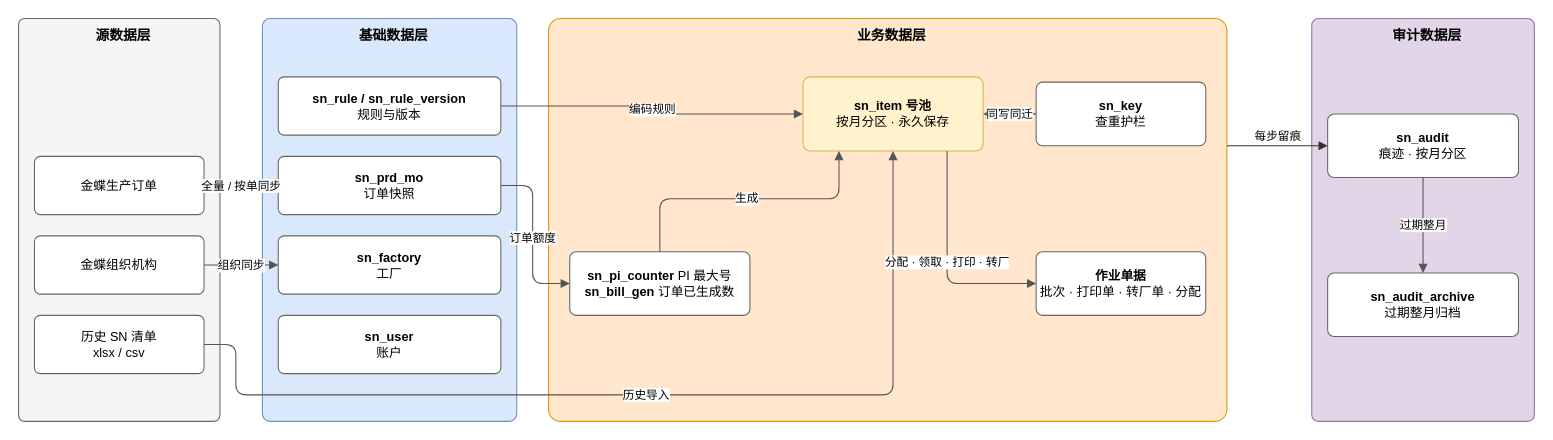
Createsnow/sn-center keeps this draw.io diagram as docs/images/系统技术方案/fig2-3-data-layer.drawio. Above is the earlier version. Source tidied: cells renumbered, new cells numbered last; positions are measured from the earlier drawing's top-left corner, leaving out a move shared by most shapes. Both pictures are drawn from the tidied source at 106%, with x=0, y=0 at pixel (18, 18).
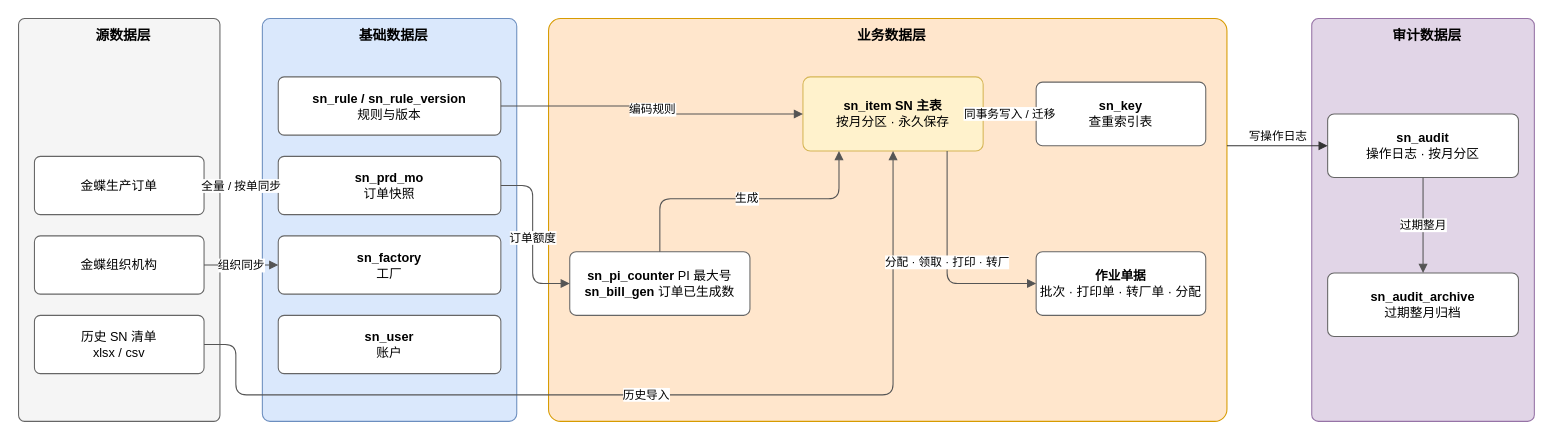
The same page after the edit.

What changed in the source:
```diff
@@
-    <mxCell id="13" value="&lt;b&gt;sn_item 号池&lt;/b&gt;&lt;br&gt;按月分区 · 永久保存" style="rounded=1;arcSize=10;whiteSpace=wrap;html=1;fillColor=#fff2cc;strokeColor=#d6b656;fontSize=12;fontFamily=Microsoft YaHei,PingFang SC,Helvetica,Arial,WenQuanYi Zen Hei,sans-serif;" parent="1" vertex="1">
+    <mxCell id="13" value="&lt;b&gt;sn_item SN 主表&lt;/b&gt;&lt;br&gt;按月分区 · 永久保存" style="rounded=1;arcSize=10;whiteSpace=wrap;html=1;fillColor=#fff2cc;strokeColor=#d6b656;fontSize=12;fontFamily=Microsoft YaHei,PingFang SC,Helvetica,Arial,WenQuanYi Zen Hei,sans-serif;" parent="1" vertex="1">
       <mxGeometry x="740" y="55" width="170" height="70" as="geometry" />
     </mxCell>
-    <mxCell id="14" value="&lt;b&gt;sn_key&lt;/b&gt;&lt;br&gt;查重护栏" style="rounded=1;arcSize=10;whiteSpace=wrap;html=1;fillColor=#ffffff;strokeColor=#666666;fontSize=12;fontFamily=Microsoft YaHei,PingFang SC,Helvetica,Arial,WenQuanYi Zen Hei,sans-serif;" parent="1" vertex="1">
+    <mxCell id="14" value="&lt;b&gt;sn_key&lt;/b&gt;&lt;br&gt;查重索引表" style="rounded=1;arcSize=10;whiteSpace=wrap;html=1;fillColor=#ffffff;strokeColor=#666666;fontSize=12;fontFamily=Microsoft YaHei,PingFang SC,Helvetica,Arial,WenQuanYi Zen Hei,sans-serif;" parent="1" vertex="1">
       <mxGeometry x="960" y="60" width="160" height="60" as="geometry" />
     </mxCell>
@@
-    <mxCell id="17" value="&lt;b&gt;sn_audit&lt;/b&gt;&lt;br&gt;痕迹 · 按月分区" style="rounded=1;arcSize=10;whiteSpace=wrap;html=1;fillColor=#ffffff;strokeColor=#666666;fontSize=12;fontFamily=Microsoft YaHei,PingFang SC,Helvetica,Arial,WenQuanYi Zen Hei,sans-serif;" parent="1" vertex="1">
+    <mxCell id="17" value="&lt;b&gt;sn_audit&lt;/b&gt;&lt;br&gt;操作日志 · 按月分区" style="rounded=1;arcSize=10;whiteSpace=wrap;html=1;fillColor=#ffffff;strokeColor=#666666;fontSize=12;fontFamily=Microsoft YaHei,PingFang SC,Helvetica,Arial,WenQuanYi Zen Hei,sans-serif;" parent="1" vertex="1">
       <mxGeometry x="1235" y="90" width="180" height="60" as="geometry" />
     </mxCell>
@@
-    <mxCell id="25" value="同写同迁" style="edgeStyle=orthogonalEdgeStyle;rounded=1;html=1;endArrow=block;endFill=1;strokeColor=#555555;fontSize=11;labelBackgroundColor=#ffffff;fontFamily=Microsoft YaHei,PingFang SC,Helvetica,Arial,WenQuanYi Zen Hei,sans-serif;exitX=1;exitY=0.5;exitDx=0;exitDy=0;entryX=0;entryY=0.5;entryDx=0;entryDy=0;startArrow=block;startFill=1;" parent="1" edge="1" source="13" target="14">
+    <mxCell id="25" value="同事务写入 / 迁移" style="edgeStyle=orthogonalEdgeStyle;rounded=1;html=1;endArrow=block;endFill=1;strokeColor=#555555;fontSize=11;labelBackgroundColor=#ffffff;fontFamily=Microsoft YaHei,PingFang SC,Helvetica,Arial,WenQuanYi Zen Hei,sans-serif;exitX=1;exitY=0.5;exitDx=0;exitDy=0;entryX=0;entryY=0.5;entryDx=0;entryDy=0;startArrow=block;startFill=1;" parent="1" edge="1" source="13" target="14">
       <mxGeometry relative="1" as="geometry" />
     </mxCell>
@@
-    <mxCell id="27" value="每步留痕" style="html=1;endArrow=block;endFill=1;strokeColor=#333333;fontSize=11;labelBackgroundColor=#ffffff;verticalAlign=bottom;fontFamily=Microsoft YaHei,PingFang SC,Helvetica,Arial,WenQuanYi Zen Hei,sans-serif;" parent="1" edge="1">
+    <mxCell id="27" value="写操作日志" style="html=1;endArrow=block;endFill=1;strokeColor=#333333;fontSize=11;labelBackgroundColor=#ffffff;verticalAlign=bottom;fontFamily=Microsoft YaHei,PingFang SC,Helvetica,Arial,WenQuanYi Zen Hei,sans-serif;" parent="1" edge="1">
       <mxGeometry relative="1" as="geometry">
         <mxPoint x="1140" y="120" as="sourcePoint" />
         <mxPoint x="1235" y="120" as="targetPoint" />
       </mxGeometry>
     </mxCell>
```
